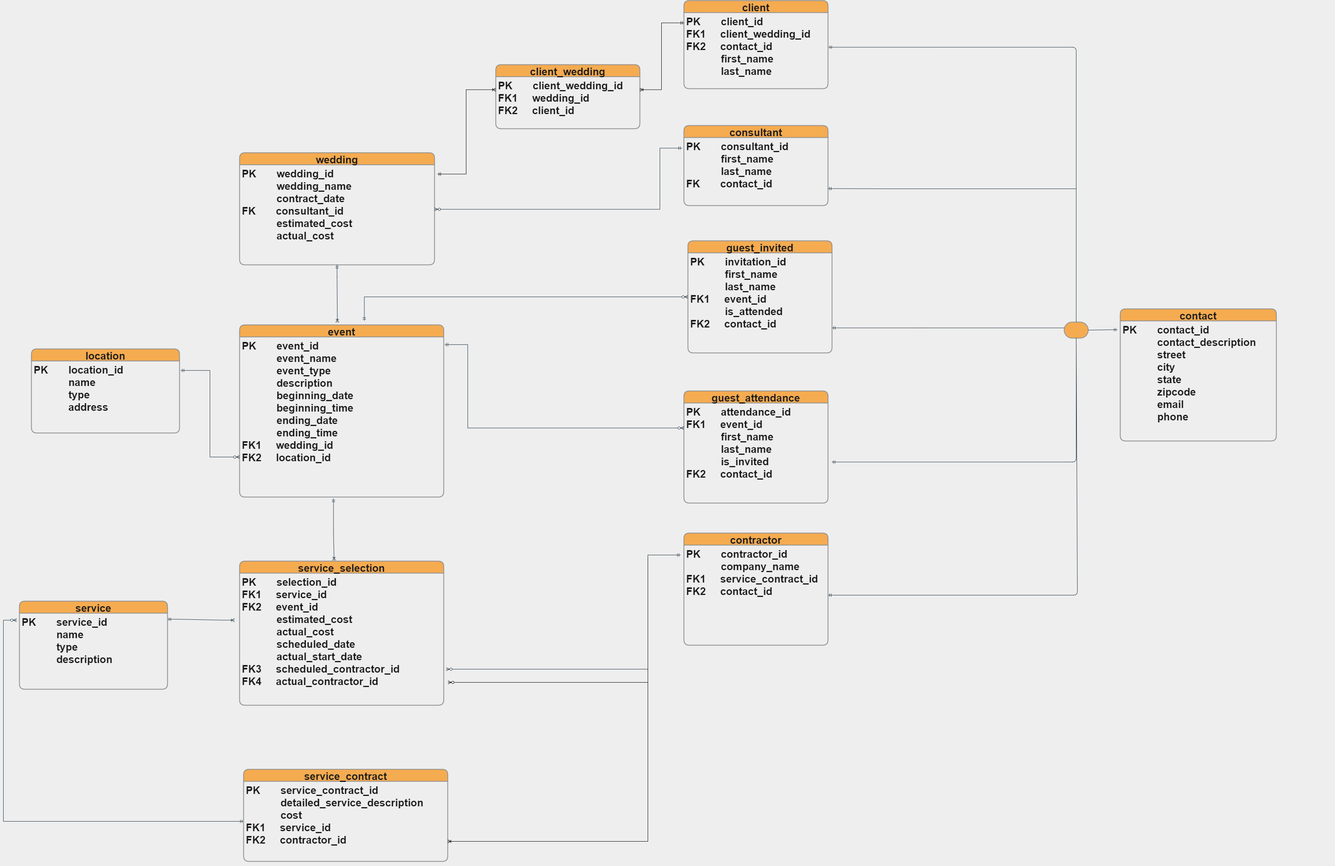
The draw.io diagram images/bigweddingiv.png in KelvinJC/Enterprise-Data-Warehouse-Design, before a commit. Source tidied: cells renumbered, new cells last; positions are measured from the earlier drawing's top-left corner, leaving out a move shared by most shapes.
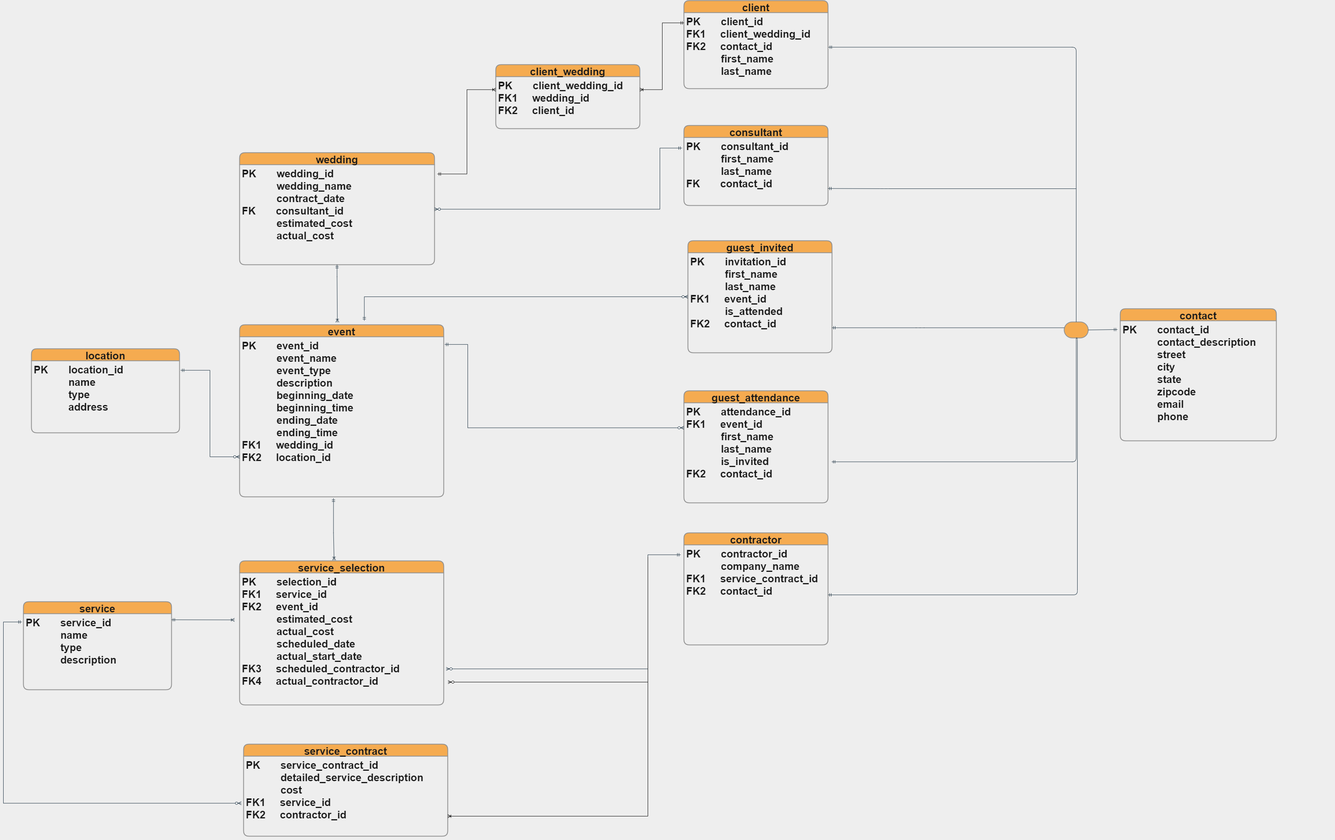
After the change.

Commit message:
sql edit, erd edit

Change to the diagram source:
```diff
@@ -24,12 +24,12 @@
       <mxGeometry y="30" width="510" height="330" as="geometry" />
     </mxCell>
     <mxCell id="7" value="service" style="swimlane;horizontal=1;startSize=30;rounded=1;fontSize=26;fontStyle=1;strokeWidth=2;shadow=0;dashed=0;align=center;fillColor=#F5AB50;strokeColor=#909090;fontColor=#1A1A1A;" parent="1" vertex="1">
-      <mxGeometry x="40" y="1500" width="370" height="220" as="geometry" />
+      <mxGeometry x="50" y="1502" width="370" height="220" as="geometry" />
     </mxCell>
     <mxCell id="8" value="PK       service_id&#10;            name&#10;            type&#10;            description            &#10;        &#10;            &#10;" style="align=left;strokeColor=none;fillColor=none;spacingLeft=4;fontSize=26;verticalAlign=top;fontColor=#1A1A1A;fontStyle=1;" parent="7" vertex="1">
       <mxGeometry y="30" width="370" height="190" as="geometry" />
     </mxCell>
-    <mxCell id="9" style="edgeStyle=elbowEdgeStyle;fontSize=26;html=1;endArrow=ERzeroToMany;startArrow=ERmandOne;rounded=0;labelBackgroundColor=#EEEEEE;strokeColor=#182E3E;fontColor=#1A1A1A;fontStyle=1;entryX=-0.019;entryY=0.092;entryDx=0;entryDy=0;entryPerimeter=0;exitX=0;exitY=0.5;exitDx=0;exitDy=0;" parent="1" edge="1" source="11" target="8">
+    <mxCell id="9" style="edgeStyle=elbowEdgeStyle;fontSize=26;html=1;endArrow=ERzeroToMany;startArrow=ERmandOne;rounded=0;labelBackgroundColor=#EEEEEE;strokeColor=#182E3E;fontColor=#1A1A1A;fontStyle=1;exitX=-0.011;exitY=0.109;exitDx=0;exitDy=0;exitPerimeter=0;entryX=-0.011;entryY=0.588;entryDx=0;entryDy=0;entryPerimeter=0;" parent="1" edge="1" source="8" target="11">
       <mxGeometry relative="1" as="geometry">
         <Array as="points">
           <mxPoint y="1740" />
@@ -37,7 +37,7 @@
       </mxGeometry>
     </mxCell>
     <mxCell id="10" value="service_contract" style="swimlane;horizontal=1;startSize=30;rounded=1;fontSize=26;fontStyle=1;strokeWidth=2;shadow=0;dashed=0;align=center;fillColor=#F5AB50;strokeColor=#909090;fontColor=#1A1A1A;" parent="1" vertex="1">
-      <mxGeometry x="600" y="1920" width="510" height="230" as="geometry" />
+      <mxGeometry x="600" y="1858" width="510" height="230" as="geometry" />
     </mxCell>
     <mxCell id="11" value="PK       service_contract_id&#10;            detailed_service_description&#10;            cost&#10;FK1     service_id&#10;FK2     contractor_id&#10;            &#10;        &#10;            &#10;" style="align=left;strokeColor=none;fillColor=none;spacingLeft=4;fontSize=26;verticalAlign=top;fontColor=#1A1A1A;fontStyle=1;" parent="10" vertex="1">
       <mxGeometry y="30" width="510" height="200" as="geometry" />
@@ -45,7 +45,7 @@
     <mxCell id="12" style="edgeStyle=elbowEdgeStyle;rounded=0;orthogonalLoop=1;jettySize=auto;elbow=vertical;html=1;exitX=0.5;exitY=1;exitDx=0;exitDy=0;fontSize=26;labelBackgroundColor=#EEEEEE;strokeColor=#182E3E;fontColor=#1A1A1A;fontStyle=1;" parent="10" edge="1" source="11" target="11">
       <mxGeometry relative="1" as="geometry" />
     </mxCell>
-    <mxCell id="13" style="edgeStyle=entityRelationEdgeStyle;fontSize=26;html=1;endArrow=ERoneToMany;startArrow=ERmandOne;rounded=0;exitX=1;exitY=0.08;exitDx=0;exitDy=0;exitPerimeter=0;labelBackgroundColor=#EEEEEE;strokeColor=#182E3E;fontColor=#1A1A1A;fontStyle=1;entryX=-0.025;entryY=0.356;entryDx=0;entryDy=0;entryPerimeter=0;" parent="1" edge="1" source="8" target="6">
+    <mxCell id="13" style="fontSize=26;html=1;endArrow=ERoneToMany;startArrow=ERmandOne;rounded=0;exitX=1;exitY=0.08;exitDx=0;exitDy=0;exitPerimeter=0;labelBackgroundColor=#EEEEEE;strokeColor=#182E3E;fontColor=#1A1A1A;fontStyle=1;entryX=-0.025;entryY=0.356;entryDx=0;entryDy=0;entryPerimeter=0;" parent="1" edge="1" source="8" target="6">
       <mxGeometry relative="1" as="geometry" />
     </mxCell>
     <mxCell id="14" value="contractor" style="swimlane;horizontal=1;startSize=30;rounded=1;fontSize=26;fontStyle=1;strokeWidth=2;shadow=0;dashed=0;align=center;fillColor=#F5AB50;strokeColor=#909090;fontColor=#1A1A1A;" parent="1" vertex="1">
```
